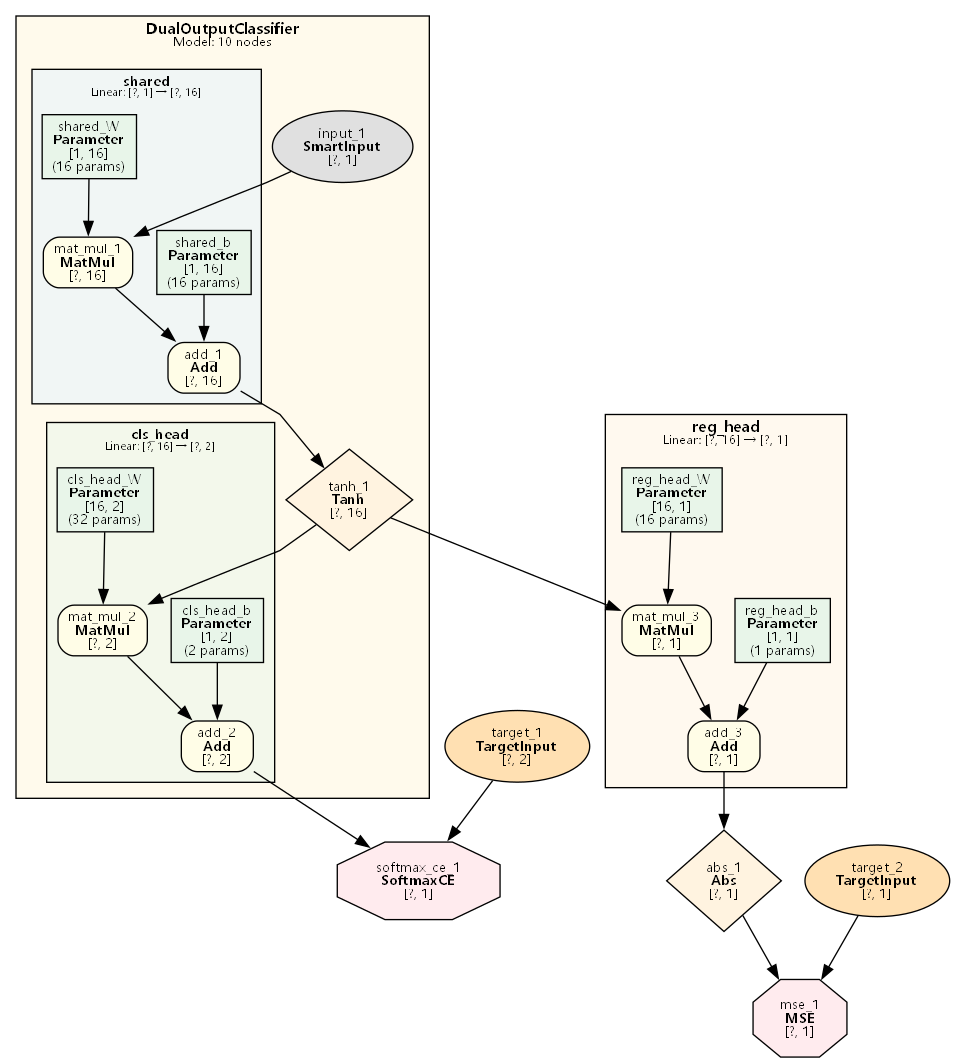
This is examples/dual_output_classify/dual_output_classify.png from dbsxdbsx/only_torch, a Graphviz export, as it was before one commit. Its source is kept beside it as examples/dual_output_classify/dual_output_classify.dot.
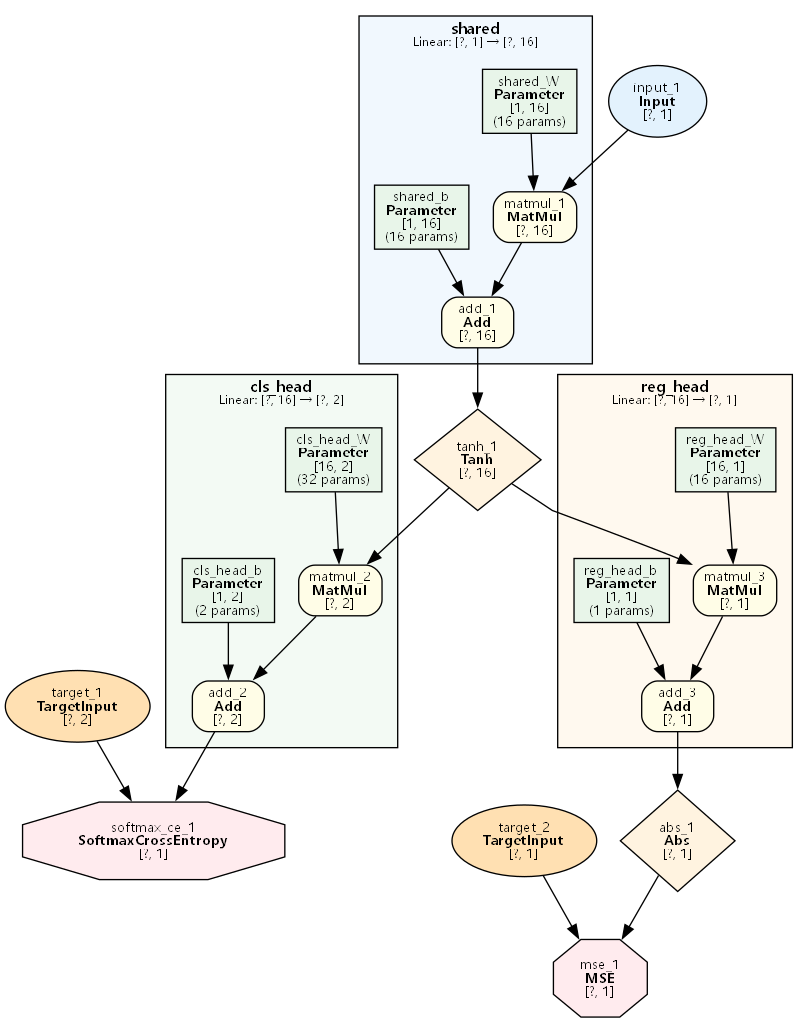
Above is the later version.

Change to the diagram source:
```diff
@@ -1,43 +1,34 @@
-digraph Model {
+digraph ComputeGraph {
     rankdir=TB;
     newrank=true;
     splines=polyline;
     node [fontname="Microsoft YaHei,SimHei,Arial"];
     edge [fontname="Microsoft YaHei,SimHei,Arial"];
 
-    subgraph cluster_DualOutputClassifier {
-        label=<<B>DualOutputClassifier</B><BR/><FONT POINT-SIZE="9">Model: 10 nodes</FONT>>;
+    subgraph cluster_shared {
+        label=<<B>shared</B><BR/><FONT POINT-SIZE="9">Linear: [?, 1] → [?, 16]</FONT>>;
         style=filled;
-        fillcolor="#FFECB340";
+        fillcolor="#E3F2FD80";
         fontname="Microsoft YaHei,SimHei,Arial";
         fontsize=11;
         margin=12;
-        subgraph cluster_DualOutputClassifier_shared {
-            label=<<B>shared</B><BR/><FONT POINT-SIZE="8">Linear: [?, 1] → [?, 16]</FONT>>;
-            style=filled;
-            fillcolor="#E3F2FD80";
-            fontname="Microsoft YaHei,SimHei,Arial";
-            fontsize=10;
-            margin=8;
+            "195189" [label=<add_1<BR/><B>Add</B><BR/>[?, 16]> shape=box style="filled,rounded" fillcolor="#FFFDE7" fontsize=10];
+            "195188" [label=<matmul_1<BR/><B>MatMul</B><BR/>[?, 16]> shape=box style="filled,rounded" fillcolor="#FFFDE7" fontsize=10];
+            "2" [label=<shared_b<BR/><B>Parameter</B><BR/>[1, 16]<BR/>(16 params)> shape=box style=filled fillcolor="#E8F5E9" fontsize=10];
             "1" [label=<shared_W<BR/><B>Parameter</B><BR/>[1, 16]<BR/>(16 params)> shape=box style=filled fillcolor="#E8F5E9" fontsize=10];
-            "2" [label=<shared_b<BR/><B>Parameter</B><BR/>[1, 16]<BR/>(16 params)> shape=box style=filled fillcolor="#E8F5E9" fontsize=10];
-            "8" [label=<mat_mul_1<BR/><B>MatMul</B><BR/>[?, 16]> shape=box style="filled,rounded" fillcolor="#FFFDE7" fontsize=10];
-            "9" [label=<add_1<BR/><B>Add</B><BR/>[?, 16]> shape=box style="filled,rounded" fillcolor="#FFFDE7" fontsize=10];
-        }
-        subgraph cluster_DualOutputClassifier_cls_head {
-            label=<<B>cls_head</B><BR/><FONT POINT-SIZE="8">Linear: [?, 16] → [?, 2]</FONT>>;
-            style=filled;
-            fillcolor="#E8F5E980";
-            fontname="Microsoft YaHei,SimHei,Arial";
-            fontsize=10;
-            margin=8;
+    }
+
+    subgraph cluster_cls_head {
+        label=<<B>cls_head</B><BR/><FONT POINT-SIZE="9">Linear: [?, 16] → [?, 2]</FONT>>;
+        style=filled;
+        fillcolor="#E8F5E980";
+        fontname="Microsoft YaHei,SimHei,Arial";
+        fontsize=11;
+        margin=12;
+            "195192" [label=<add_2<BR/><B>Add</B><BR/>[?, 2]> shape=box style="filled,rounded" fillcolor="#FFFDE7" fontsize=10];
+            "195191" [label=<matmul_2<BR/><B>MatMul</B><BR/>[?, 2]> shape=box style="filled,rounded" fillcolor="#FFFDE7" fontsize=10];
+            "4" [label=<cls_head_b<BR/><B>Parameter</B><BR/>[1, 2]<BR/>(2 params)> shape=box style=filled fillcolor="#E8F5E9" fontsize=10];
             "3" [label=<cls_head_W<BR/><B>Parameter</B><BR/>[16, 2]<BR/>(32 params)> shape=box style=filled fillcolor="#E8F5E9" fontsize=10];
-            "4" [label=<cls_head_b<BR/><B>Parameter</B><BR/>[1, 2]<BR/>(2 params)> shape=box style=filled fillcolor="#E8F5E9" fontsize=10];
-            "11" [label=<mat_mul_2<BR/><B>MatMul</B><BR/>[?, 2]> shape=box style="filled,rounded" fillcolor="#FFFDE7" fontsize=10];
-            "12" [label=<add_2<BR/><B>Add</B><BR/>[?, 2]> shape=box style="filled,rounded" fillcolor="#FFFDE7" fontsize=10];
-        }
-            "7" [label=<input_1<BR/><B>SmartInput</B><BR/>[?, 1]> shape=ellipse style=filled fillcolor="#E0E0E0" fontsize=10];
-            "10" [label=<tanh_1<BR/><B>Tanh</B><BR/>[?, 16]> shape=diamond style=filled fillcolor="#FFF3E0" fontsize=10];
     }
 
     subgraph cluster_reg_head {
@@ -47,34 +38,36 @@
         fontname="Microsoft YaHei,SimHei,Arial";
         fontsize=11;
         margin=12;
+            "195194" [label=<add_3<BR/><B>Add</B><BR/>[?, 1]> shape=box style="filled,rounded" fillcolor="#FFFDE7" fontsize=10];
+            "195193" [label=<matmul_3<BR/><B>MatMul</B><BR/>[?, 1]> shape=box style="filled,rounded" fillcolor="#FFFDE7" fontsize=10];
+            "6" [label=<reg_head_b<BR/><B>Parameter</B><BR/>[1, 1]<BR/>(1 params)> shape=box style=filled fillcolor="#E8F5E9" fontsize=10];
             "5" [label=<reg_head_W<BR/><B>Parameter</B><BR/>[16, 1]<BR/>(16 params)> shape=box style=filled fillcolor="#E8F5E9" fontsize=10];
-            "6" [label=<reg_head_b<BR/><B>Parameter</B><BR/>[1, 1]<BR/>(1 params)> shape=box style=filled fillcolor="#E8F5E9" fontsize=10];
-            "13" [label=<mat_mul_3<BR/><B>MatMul</B><BR/>[?, 1]> shape=box style="filled,rounded" fillcolor="#FFFDE7" fontsize=10];
-            "14" [label=<add_3<BR/><B>Add</B><BR/>[?, 1]> shape=box style="filled,rounded" fillcolor="#FFFDE7" fontsize=10];
     }
 
-    "15" [label=<abs_1<BR/><B>Abs</B><BR/>[?, 1]> shape=diamond style=filled fillcolor="#FFF3E0" fontsize=10];
-    "16" [label=<target_1<BR/><B>TargetInput</B><BR/>[?, 2]> shape=ellipse style=filled fillcolor="#FFE0B2" fontsize=10];
-    "17" [label=<softmax_ce_1<BR/><B>SoftmaxCE</B><BR/>[?, 1]> shape=octagon style=filled fillcolor="#FFEBEE" fontsize=10];
-    "18" [label=<target_2<BR/><B>TargetInput</B><BR/>[?, 1]> shape=ellipse style=filled fillcolor="#FFE0B2" fontsize=10];
-    "19" [label=<mse_1<BR/><B>MSE</B><BR/>[?, 1]> shape=octagon style=filled fillcolor="#FFEBEE" fontsize=10];
+    "195197" [label=<softmax_ce_1<BR/><B>SoftmaxCrossEntropy</B><BR/>[?, 1]> shape=octagon style=filled fillcolor="#FFEBEE" fontsize=10];
+    "195199" [label=<mse_1<BR/><B>MSE</B><BR/>[?, 1]> shape=octagon style=filled fillcolor="#FFEBEE" fontsize=10];
+    "195196" [label=<target_1<BR/><B>TargetInput</B><BR/>[?, 2]> shape=ellipse style=filled fillcolor="#FFE0B2" fontsize=10];
+    "195195" [label=<abs_1<BR/><B>Abs</B><BR/>[?, 1]> shape=diamond style=filled fillcolor="#FFF3E0" fontsize=10];
+    "195198" [label=<target_2<BR/><B>TargetInput</B><BR/>[?, 1]> shape=ellipse style=filled fillcolor="#FFE0B2" fontsize=10];
+    "195190" [label=<tanh_1<BR/><B>Tanh</B><BR/>[?, 16]> shape=diamond style=filled fillcolor="#FFF3E0" fontsize=10];
+    "195187" [label=<input_1<BR/><B>Input</B><BR/>[?, 1]> shape=ellipse style=filled fillcolor="#E3F2FD" fontsize=10];
 
-    "7" -> "8";
-    "1" -> "8";
-    "8" -> "9";
-    "2" -> "9";
-    "9" -> "10";
-    "10" -> "11";
-    "3" -> "11";
-    "11" -> "12";
-    "4" -> "12";
-    "10" -> "13";
-    "5" -> "13";
-    "13" -> "14";
-    "6" -> "14";
-    "14" -> "15";
-    "12" -> "17";
-    "16" -> "17";
-    "15" -> "19";
-    "18" -> "19";
+    "195192" -> "195197";
+    "195196" -> "195197";
+    "195195" -> "195199";
+    "195198" -> "195199";
+    "195191" -> "195192";
+    "4" -> "195192";
+    "195194" -> "195195";
+    "195190" -> "195191";
+    "3" -> "195191";
+    "195193" -> "195194";
+    "6" -> "195194";
+    "195189" -> "195190";
+    "195190" -> "195193";
+    "5" -> "195193";
+    "195188" -> "195189";
+    "2" -> "195189";
+    "195187" -> "195188";
+    "1" -> "195188";
 }
```
